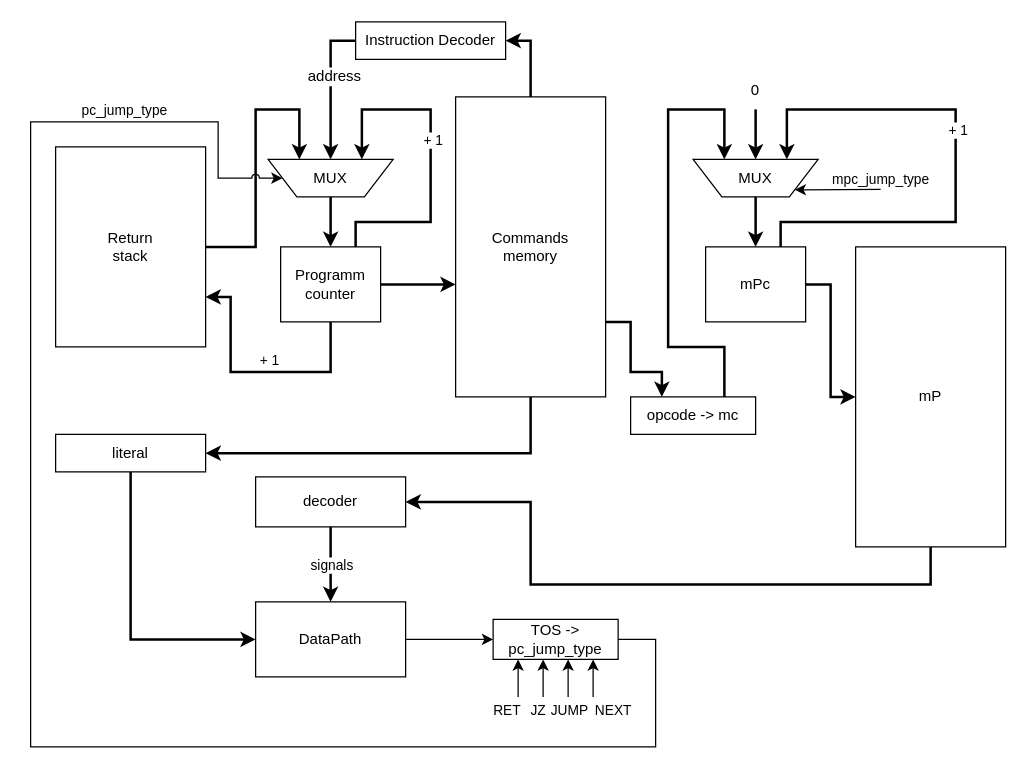
DiedCloud/csa-lab-3 keeps this draw.io diagram as schemes/control-unit_mc.drawio. Above is the earlier version. Source tidied: cells renumbered, new cells numbered last; positions are measured from the earlier drawing's top-left corner, leaving out a move shared by most shapes. Both pictures are drawn from the tidied source at 125%, with x=0, y=0 at pixel (30, 21).
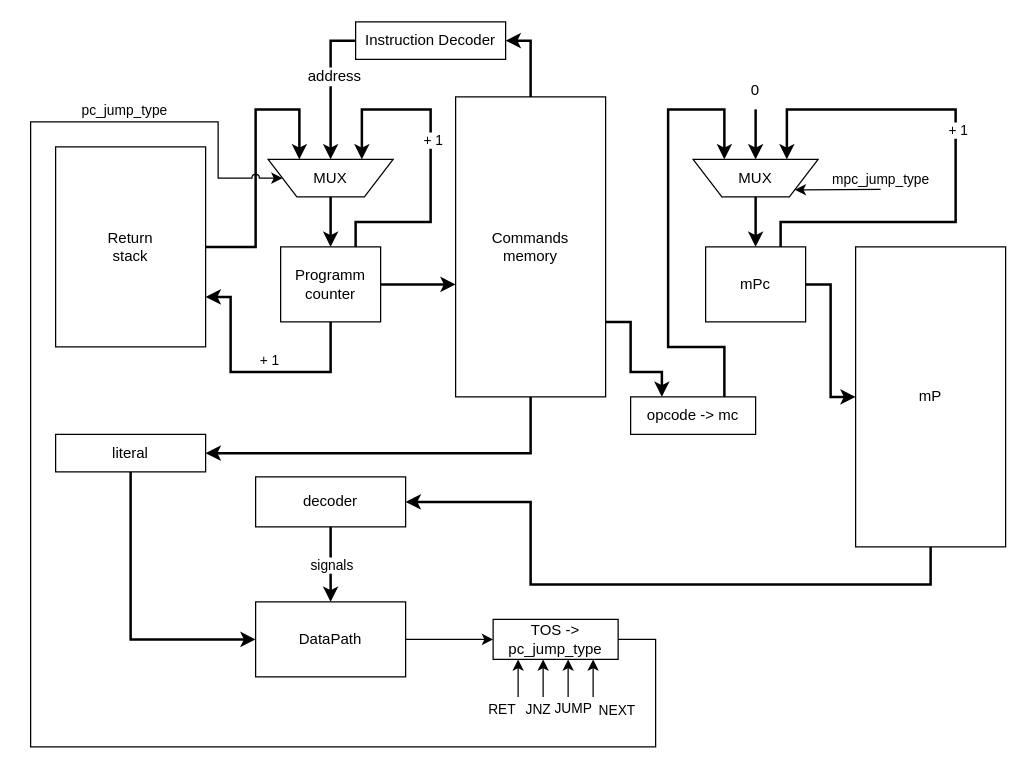
After the change.

The change refers to these unchanged cells:
```xml
<mxCell id="43" style="endArrow=classic;html=1;rounded=0;jumpStyle=arc;" parent="1" edge="1">
  <mxGeometry relative="1" as="geometry">
    <mxPoint x="410" y="540" as="sourcePoint" />
    <mxPoint x="410" y="510" as="targetPoint" />
  </mxGeometry>
</mxCell>
<mxCell id="45" style="endArrow=classic;html=1;rounded=0;jumpStyle=arc;" parent="1" edge="1">
  <mxGeometry relative="1" as="geometry">
    <mxPoint x="430" y="540" as="sourcePoint" />
    <mxPoint x="430" y="510" as="targetPoint" />
  </mxGeometry>
</mxCell>
<mxCell id="47" style="endArrow=classic;html=1;rounded=0;jumpStyle=arc;" parent="1" edge="1">
  <mxGeometry relative="1" as="geometry">
    <mxPoint x="450" y="540" as="sourcePoint" />
    <mxPoint x="450" y="510" as="targetPoint" />
  </mxGeometry>
</mxCell>
<mxCell id="49" style="endArrow=classic;html=1;rounded=0;jumpStyle=arc;" parent="1" edge="1">
  <mxGeometry relative="1" as="geometry">
    <mxPoint x="390" y="540" as="sourcePoint" />
    <mxPoint x="390" y="510" as="targetPoint" />
  </mxGeometry>
</mxCell>
```

Diff of the diagram source:
```diff
@@
-    <mxCell id="44" value="JZ" style="edgeLabel;html=1;align=center;verticalAlign=middle;" parent="43" vertex="1">
+    <mxCell id="44" value="JNZ" style="edgeLabel;html=1;align=center;verticalAlign=middle;" parent="43" vertex="1">
       <mxGeometry x="-0.49" y="-1" relative="1" as="geometry">
-        <mxPoint x="-6" y="18" as="offset" />
+        <mxPoint x="-6" y="17" as="offset" />
       </mxGeometry>
     </mxCell>
@@
     <mxCell id="46" value="JUMP" style="edgeLabel;html=1;align=center;verticalAlign=middle;" parent="45" vertex="1">
       <mxGeometry x="-0.76" y="1" relative="1" as="geometry">
-        <mxPoint x="1" y="14" as="offset" />
+        <mxPoint x="4" y="12" as="offset" />
       </mxGeometry>
     </mxCell>
@@
     <mxCell id="48" value="NEXT" style="edgeLabel;html=1;align=center;verticalAlign=middle;" parent="47" vertex="1">
       <mxGeometry x="-0.8" relative="1" as="geometry">
-        <mxPoint x="15" y="13" as="offset" />
+        <mxPoint x="18" y="13" as="offset" />
       </mxGeometry>
     </mxCell>
@@
     <mxCell id="50" value="RET" style="edgeLabel;html=1;align=center;verticalAlign=middle;" parent="49" vertex="1">
       <mxGeometry x="-0.8" relative="1" as="geometry">
-        <mxPoint x="-10" y="13" as="offset" />
+        <mxPoint x="-14" y="12" as="offset" />
       </mxGeometry>
     </mxCell>
```
